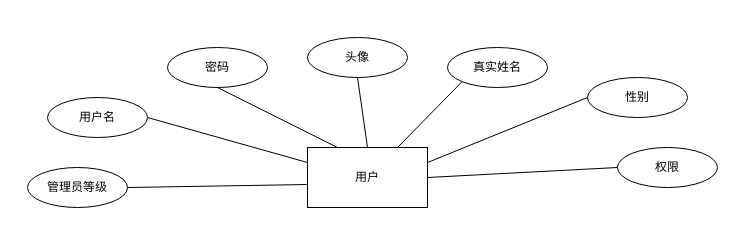
Before: 用户实体图.drawio in YuChenLiao/UML, a draw.io diagram. Source tidied: cells renumbered, new cells numbered last; positions are measured from the earlier drawing's top-left corner, leaving out a move shared by most shapes. Both pictures are drawn from the tidied source at 100%, with x=0, y=0 at pixel (27, 37).
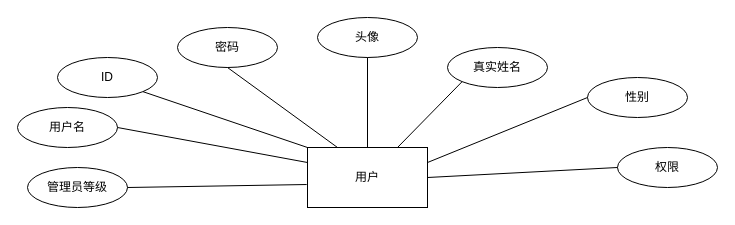
After the change.

Commit message (it also covers changes not shown here):
更新用户实体图.drawio

The edit, as a diff of the source:
```diff
@@
 <mxGraphModel>
   <root>
     <mxCell id="0" />
     <mxCell id="1" parent="0" />
     <mxCell id="2" value="用户" style="rounded=0;whiteSpace=wrap;html=1;" parent="1" vertex="1">
       <mxGeometry x="280" y="110" width="120" height="60" as="geometry" />
     </mxCell>
     <mxCell id="3" value="用户名" style="ellipse;whiteSpace=wrap;html=1;align=center;" parent="1" vertex="1">
-      <mxGeometry x="20" y="60" width="100" height="40" as="geometry" />
+      <mxGeometry x="-10" y="70" width="100" height="40" as="geometry" />
     </mxCell>
     <mxCell id="4" value="密码" style="ellipse;whiteSpace=wrap;html=1;align=center;" parent="1" vertex="1">
-      <mxGeometry x="140" y="10" width="100" height="40" as="geometry" />
+      <mxGeometry x="150" y="-10" width="100" height="40" as="geometry" />
     </mxCell>
     <mxCell id="5" value="头像" style="ellipse;whiteSpace=wrap;html=1;align=center;" parent="1" vertex="1">
-      <mxGeometry x="280" width="100" height="40" as="geometry" />
+      <mxGeometry x="290" y="-20" width="100" height="40" as="geometry" />
     </mxCell>
     <mxCell id="6" value="真实姓名" style="ellipse;whiteSpace=wrap;html=1;align=center;" parent="1" vertex="1">
       <mxGeometry x="420" y="10" width="100" height="40" as="geometry" />
     </mxCell>
     <mxCell id="7" value="性别" style="ellipse;whiteSpace=wrap;html=1;align=center;" parent="1" vertex="1">
       <mxGeometry x="560" y="40" width="100" height="40" as="geometry" />
     </mxCell>
     <mxCell id="8" value="权限" style="ellipse;whiteSpace=wrap;html=1;align=center;" parent="1" vertex="1">
       <mxGeometry x="590" y="110" width="100" height="40" as="geometry" />
     </mxCell>
     <mxCell id="9" value="管理员等级" style="ellipse;whiteSpace=wrap;html=1;align=center;" parent="1" vertex="1">
       <mxGeometry y="130" width="100" height="40" as="geometry" />
     </mxCell>
     <mxCell id="10" style="endArrow=none;html=1;rounded=0;exitX=1;exitY=0.5;exitDx=0;exitDy=0;entryX=-0.007;entryY=0.617;entryDx=0;entryDy=0;entryPerimeter=0;" parent="1" edge="1" source="9" target="2">
       <mxGeometry relative="1" as="geometry" />
     </mxCell>
     <mxCell id="11" style="endArrow=none;html=1;rounded=0;exitX=1;exitY=0.5;exitDx=0;exitDy=0;entryX=0;entryY=0.25;entryDx=0;entryDy=0;" parent="1" edge="1" source="3" target="2">
       <mxGeometry relative="1" as="geometry" />
     </mxCell>
     <mxCell id="12" style="endArrow=none;html=1;rounded=0;exitX=0.5;exitY=1;exitDx=0;exitDy=0;entryX=0.25;entryY=0;entryDx=0;entryDy=0;" parent="1" edge="1" source="4" target="2">
       <mxGeometry relative="1" as="geometry" />
     </mxCell>
     <mxCell id="13" style="endArrow=none;html=1;rounded=0;exitX=0.5;exitY=1;exitDx=0;exitDy=0;entryX=0.5;entryY=0;entryDx=0;entryDy=0;" parent="1" edge="1" source="5" target="2">
       <mxGeometry relative="1" as="geometry" />
     </mxCell>
     <mxCell id="14" style="endArrow=none;html=1;rounded=0;exitX=0.75;exitY=0;exitDx=0;exitDy=0;entryX=0;entryY=1;entryDx=0;entryDy=0;" parent="1" edge="1" source="2" target="6">
       <mxGeometry relative="1" as="geometry" />
     </mxCell>
     <mxCell id="15" style="endArrow=none;html=1;rounded=0;exitX=1;exitY=0.25;exitDx=0;exitDy=0;entryX=0;entryY=0.5;entryDx=0;entryDy=0;" parent="1" edge="1" source="2" target="7">
       <mxGeometry relative="1" as="geometry" />
     </mxCell>
     <mxCell id="16" style="endArrow=none;html=1;rounded=0;exitX=1;exitY=0.5;exitDx=0;exitDy=0;entryX=0;entryY=0.5;entryDx=0;entryDy=0;" parent="1" edge="1" source="2" target="8">
       <mxGeometry relative="1" as="geometry" />
     </mxCell>
+    <mxCell id="17" value="ID" style="ellipse;whiteSpace=wrap;html=1;align=center;" parent="1" vertex="1">
+      <mxGeometry x="30" y="20" width="100" height="40" as="geometry" />
+    </mxCell>
+    <mxCell id="18" style="endArrow=none;html=1;rounded=0;exitX=0;exitY=0;exitDx=0;exitDy=0;entryX=1;entryY=1;entryDx=0;entryDy=0;" parent="1" edge="1" source="2" target="17">
+      <mxGeometry relative="1" as="geometry" />
+    </mxCell>
   </root>
 </mxGraphModel>
```
